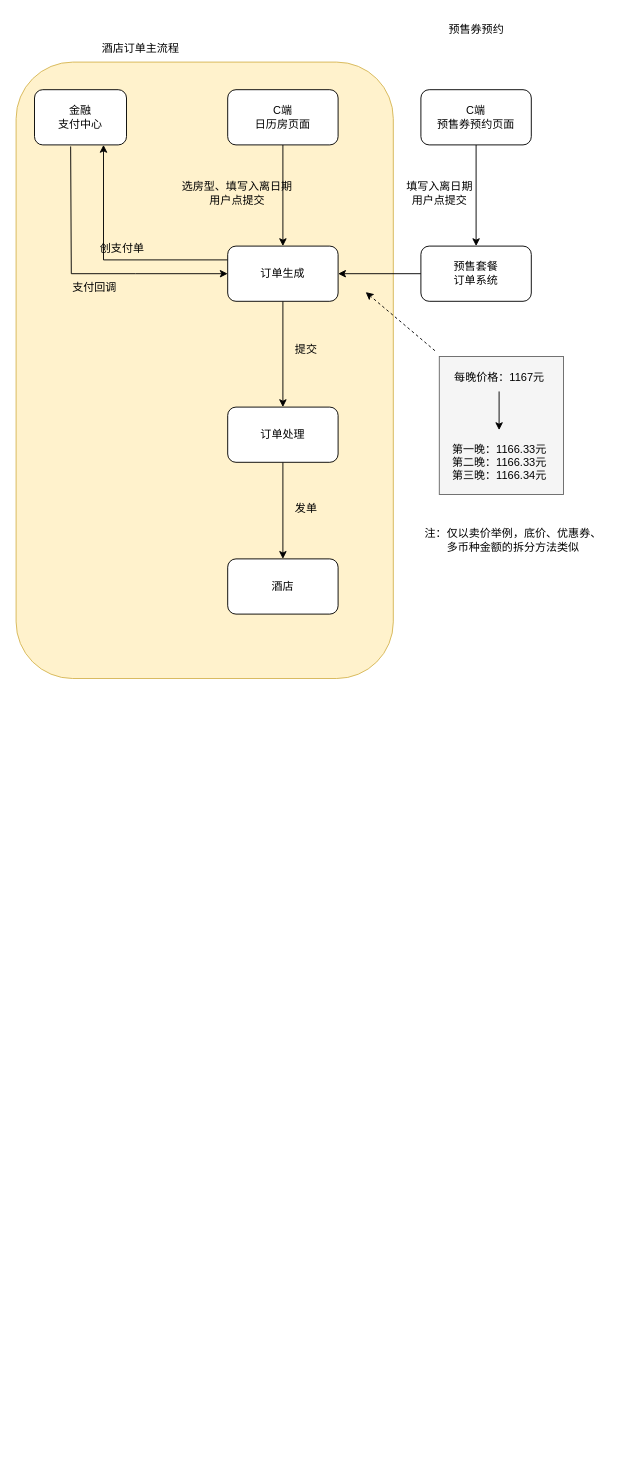
Above: src/main/resources/预售券预约流程.drawio in umgsai/wx-backend (draw.io), before the change. Source tidied: cells renumbered, new cells numbered last; positions are measured from the earlier drawing's top-left corner, leaving out a move shared by most shapes. Both pictures are drawn from the tidied source at 92%, with x=0, y=0 at pixel (16, 16).
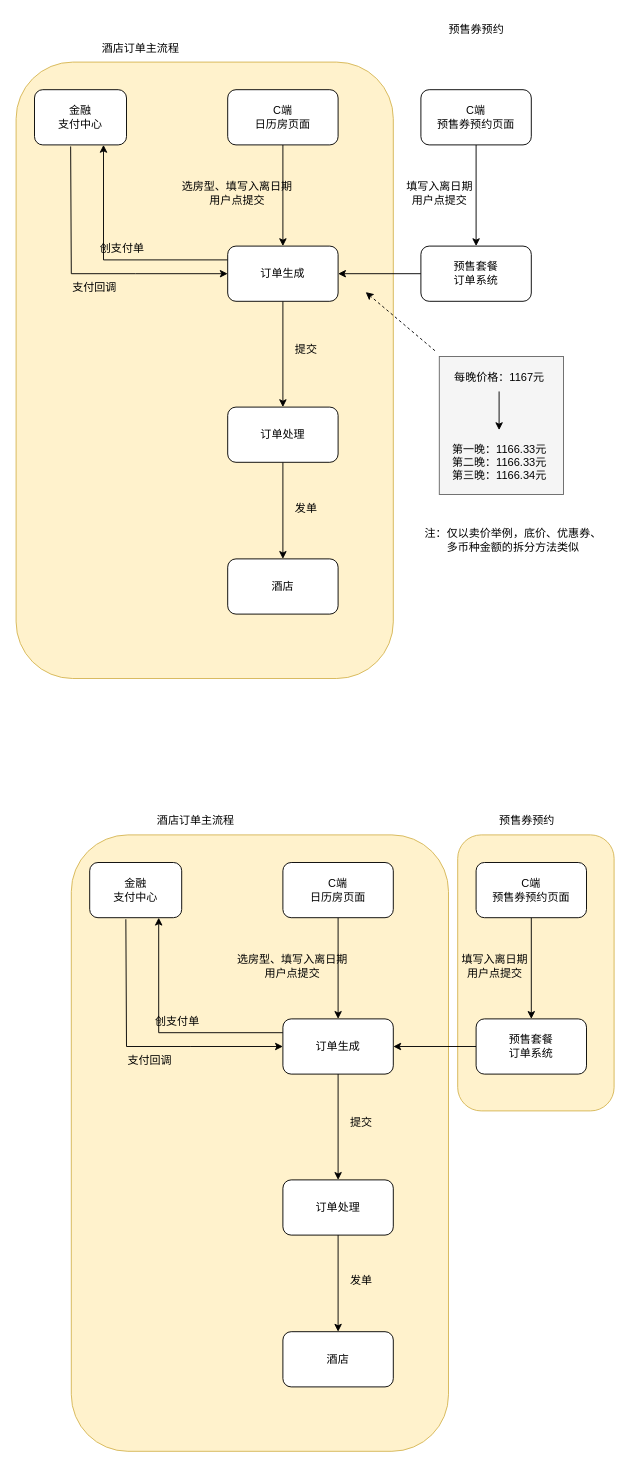
Above is the later version.

Commit message:
更新预售券预约流程.drawio

What changed in the source:
```diff
@@
+    <mxCell id="31" style="rounded=1;whiteSpace=wrap;html=1;fillColor=#fff2cc;strokeColor=#d6b656;" parent="1" vertex="1">
+      <mxGeometry x="480" y="890" width="170" height="300" as="geometry" />
+    </mxCell>
@@
+    <mxCell id="32" style="rounded=1;whiteSpace=wrap;html=1;fillColor=#fff2cc;strokeColor=#d6b656;" parent="1" vertex="1">
+      <mxGeometry x="60" y="890" width="410" height="670" as="geometry" />
+    </mxCell>
+    <mxCell id="33" style="edgeStyle=orthogonalEdgeStyle;rounded=0;jettySize=auto;html=1;exitX=0.5;exitY=1;exitDx=0;exitDy=0;entryX=0.5;entryY=0;entryDx=0;entryDy=0;" parent="1" edge="1" source="34" target="37">
+      <mxGeometry relative="1" as="geometry" />
+    </mxCell>
+    <mxCell id="34" value="C端&lt;div&gt;日历房页面&lt;/div&gt;" style="rounded=1;whiteSpace=wrap;html=1;" parent="1" vertex="1">
+      <mxGeometry x="290" y="920" width="120" height="60" as="geometry" />
+    </mxCell>
+    <mxCell id="35" style="edgeStyle=orthogonalEdgeStyle;rounded=0;jettySize=auto;html=1;exitX=0;exitY=0.25;exitDx=0;exitDy=0;entryX=0.75;entryY=1;entryDx=0;entryDy=0;" parent="1" edge="1" source="37" target="43">
+      <mxGeometry relative="1" as="geometry" />
+    </mxCell>
+    <mxCell id="36" style="edgeStyle=orthogonalEdgeStyle;rounded=0;jettySize=auto;html=1;exitX=0.5;exitY=1;exitDx=0;exitDy=0;entryX=0.5;entryY=0;entryDx=0;entryDy=0;" parent="1" edge="1" source="37" target="39">
+      <mxGeometry relative="1" as="geometry" />
+    </mxCell>
+    <mxCell id="37" value="订单生成" style="rounded=1;whiteSpace=wrap;html=1;" parent="1" vertex="1">
+      <mxGeometry x="290" y="1090" width="120" height="60" as="geometry" />
+    </mxCell>
+    <mxCell id="38" style="edgeStyle=orthogonalEdgeStyle;rounded=0;jettySize=auto;html=1;exitX=0.5;exitY=1;exitDx=0;exitDy=0;entryX=0.5;entryY=0;entryDx=0;entryDy=0;" parent="1" edge="1" source="39" target="40">
+      <mxGeometry relative="1" as="geometry" />
+    </mxCell>
+    <mxCell id="39" value="订单处理" style="rounded=1;whiteSpace=wrap;html=1;" parent="1" vertex="1">
+      <mxGeometry x="290" y="1265" width="120" height="60" as="geometry" />
+    </mxCell>
+    <mxCell id="40" value="酒店" style="rounded=1;whiteSpace=wrap;html=1;" parent="1" vertex="1">
+      <mxGeometry x="290" y="1430" width="120" height="60" as="geometry" />
+    </mxCell>
+    <mxCell id="41" value="选房型、填写入离日期&lt;div&gt;用户点提交&lt;/div&gt;" style="text;html=1;align=center;verticalAlign=middle;strokeColor=none;fillColor=none;" parent="1" vertex="1">
+      <mxGeometry x="230" y="1013" width="140" height="40" as="geometry" />
+    </mxCell>
+    <mxCell id="42" style="endArrow=classic;html=1;rounded=0;exitX=0.393;exitY=1.028;exitDx=0;exitDy=0;exitPerimeter=0;" parent="1" edge="1" source="43">
+      <mxGeometry relative="1" as="geometry">
+        <mxPoint x="290" y="1120" as="targetPoint" />
+        <Array as="points">
+          <mxPoint x="120" y="1120" />
+          <mxPoint x="190" y="1120" />
+        </Array>
+      </mxGeometry>
+    </mxCell>
+    <mxCell id="43" value="金融&lt;div&gt;支付中心&lt;/div&gt;" style="rounded=1;whiteSpace=wrap;html=1;" parent="1" vertex="1">
+      <mxGeometry x="80" y="920" width="100" height="60" as="geometry" />
+    </mxCell>
+    <mxCell id="44" value="创支付单" style="text;html=1;align=center;verticalAlign=middle;strokeColor=none;fillColor=none;" parent="1" vertex="1">
+      <mxGeometry x="140" y="1078" width="70" height="30" as="geometry" />
+    </mxCell>
+    <mxCell id="45" value="支付回调" style="text;html=1;align=center;verticalAlign=middle;strokeColor=none;fillColor=none;" parent="1" vertex="1">
+      <mxGeometry x="110" y="1120" width="70" height="30" as="geometry" />
+    </mxCell>
+    <mxCell id="46" value="提交" style="text;html=1;align=center;verticalAlign=middle;strokeColor=none;fillColor=none;" parent="1" vertex="1">
+      <mxGeometry x="350" y="1188" width="50" height="30" as="geometry" />
+    </mxCell>
+    <mxCell id="47" value="发单" style="text;html=1;align=center;verticalAlign=middle;strokeColor=none;fillColor=none;" parent="1" vertex="1">
+      <mxGeometry x="350" y="1360" width="50" height="30" as="geometry" />
+    </mxCell>
+    <mxCell id="48" style="edgeStyle=orthogonalEdgeStyle;rounded=0;jettySize=auto;html=1;exitX=0.5;exitY=1;exitDx=0;exitDy=0;entryX=0.5;entryY=0;entryDx=0;entryDy=0;" parent="1" edge="1" source="49" target="51">
+      <mxGeometry relative="1" as="geometry" />
+    </mxCell>
+    <mxCell id="49" value="C端&lt;div&gt;预售券预约页面&lt;/div&gt;" style="rounded=1;whiteSpace=wrap;html=1;" parent="1" vertex="1">
+      <mxGeometry x="500" y="920" width="120" height="60" as="geometry" />
+    </mxCell>
+    <mxCell id="50" style="edgeStyle=orthogonalEdgeStyle;rounded=0;jettySize=auto;html=1;entryX=1;entryY=0.5;entryDx=0;entryDy=0;" parent="1" edge="1" source="51" target="37">
+      <mxGeometry relative="1" as="geometry" />
+    </mxCell>
+    <mxCell id="51" value="预售套餐&lt;div&gt;订单系统&lt;/div&gt;" style="rounded=1;whiteSpace=wrap;html=1;" parent="1" vertex="1">
+      <mxGeometry x="500" y="1090" width="120" height="60" as="geometry" />
+    </mxCell>
+    <mxCell id="52" value="填写入离日期&lt;div&gt;用户点提交&lt;/div&gt;" style="text;html=1;align=center;verticalAlign=middle;strokeColor=none;fillColor=none;" parent="1" vertex="1">
+      <mxGeometry x="470" y="1013" width="100" height="40" as="geometry" />
+    </mxCell>
+    <mxCell id="53" value="预售券预约" style="text;html=1;align=center;verticalAlign=middle;strokeColor=none;fillColor=none;" parent="1" vertex="1">
+      <mxGeometry x="515" y="860" width="80" height="30" as="geometry" />
+    </mxCell>
+    <mxCell id="54" value="酒店订单主流程" style="text;html=1;align=center;verticalAlign=middle;strokeColor=none;fillColor=none;" parent="1" vertex="1">
+      <mxGeometry x="140" y="860" width="110" height="30" as="geometry" />
+    </mxCell>
```
